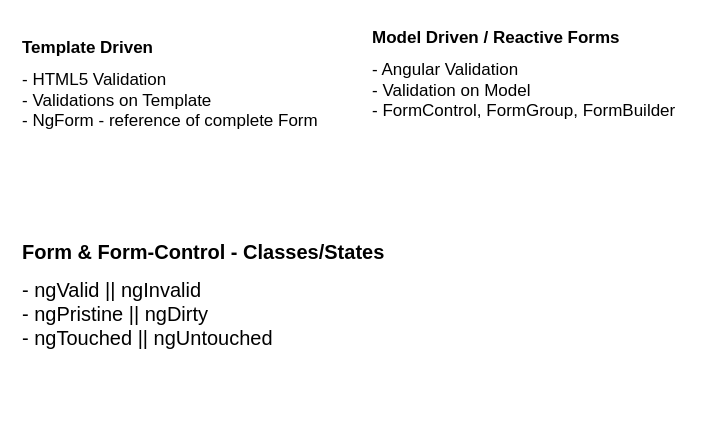
Above: page "Page-6" (6 of 6) of diagrams.drawio in synergy2411/ericsson-nov21-b1 (draw.io), before the change. Source tidied: cells renumbered, new cells numbered last; positions are measured from the earlier drawing's top-left corner, leaving out a move shared by most shapes. Both pictures are drawn from the tidied source at 100%, with x=0, y=0 at pixel (17, 27).
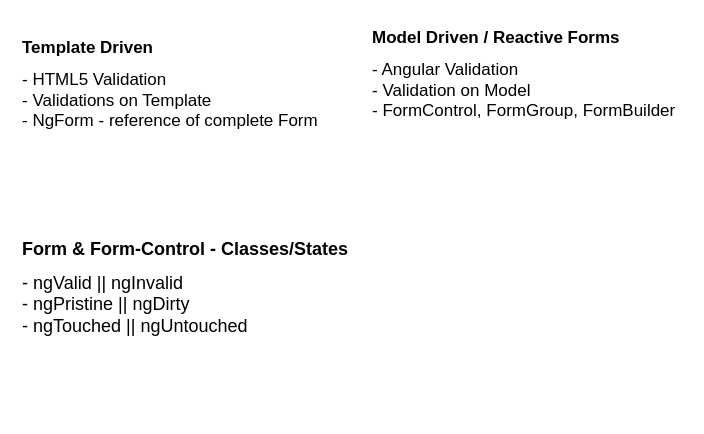
The same page after the edit.

Diff of the diagram source:
```diff
@@
 <mxGraphModel>
   <root>
     <mxCell id="0" />
     <mxCell id="1" parent="0" />
     <mxCell id="2" value="&lt;h1 style=&quot;font-size: 17px&quot;&gt;Template Driven&lt;/h1&gt;&lt;div style=&quot;font-size: 17px&quot;&gt;&lt;font style=&quot;font-size: 17px&quot;&gt;- HTML5 Validation&lt;/font&gt;&lt;/div&gt;&lt;div style=&quot;font-size: 17px&quot;&gt;&lt;font style=&quot;font-size: 17px&quot;&gt;- Validations on Template&lt;/font&gt;&lt;/div&gt;&lt;div style=&quot;font-size: 17px&quot;&gt;&lt;font style=&quot;font-size: 17px&quot;&gt;- NgForm - reference of complete Form&lt;/font&gt;&lt;/div&gt;" style="text;html=1;strokeColor=none;fillColor=none;spacing=5;spacingTop=-20;whiteSpace=wrap;overflow=hidden;rounded=0;" parent="1" vertex="1">
       <mxGeometry y="10" width="320" height="140" as="geometry" />
     </mxCell>
     <mxCell id="3" value="&lt;h1 style=&quot;font-size: 17px&quot;&gt;Model Driven / Reactive Forms&lt;/h1&gt;&lt;div&gt;- Angular Validation&lt;/div&gt;&lt;div&gt;- Validation on Model&lt;/div&gt;&lt;div&gt;- FormControl, FormGroup, FormBuilder&lt;/div&gt;" style="text;html=1;strokeColor=none;fillColor=none;spacing=5;spacingTop=-20;whiteSpace=wrap;overflow=hidden;rounded=0;fontSize=17;" parent="1" vertex="1">
       <mxGeometry x="350" width="320" height="130" as="geometry" />
     </mxCell>
-    <mxCell id="4" value="&lt;h1 style=&quot;font-size: 20px&quot;&gt;Form &amp;amp; Form-Control - Classes/States&lt;/h1&gt;&lt;div&gt;- ngValid || ngInvalid&lt;/div&gt;&lt;div&gt;- ngPristine || ngDirty&lt;/div&gt;&lt;div&gt;- ngTouched || ngUntouched&lt;/div&gt;&lt;div&gt;&lt;br&gt;&lt;/div&gt;" style="text;html=1;strokeColor=none;fillColor=none;spacing=5;spacingTop=-20;whiteSpace=wrap;overflow=hidden;rounded=0;fontSize=20;" parent="1" vertex="1">
+    <mxCell id="4" value="&lt;h1 style=&quot;font-size: 18px;&quot;&gt;Form &amp;amp; Form-Control - Classes/States&lt;/h1&gt;&lt;div style=&quot;font-size: 18px;&quot;&gt;- ngValid || ngInvalid&lt;/div&gt;&lt;div style=&quot;font-size: 18px;&quot;&gt;- ngPristine || ngDirty&lt;/div&gt;&lt;div style=&quot;font-size: 18px;&quot;&gt;- ngTouched || ngUntouched&lt;/div&gt;&lt;div style=&quot;font-size: 18px;&quot;&gt;&lt;br style=&quot;font-size: 18px;&quot;&gt;&lt;/div&gt;" style="text;html=1;strokeColor=none;fillColor=none;spacing=5;spacingTop=-20;whiteSpace=wrap;overflow=hidden;rounded=0;fontSize=18;" parent="1" vertex="1">
       <mxGeometry y="210" width="630" height="180" as="geometry" />
     </mxCell>
   </root>
 </mxGraphModel>
```
